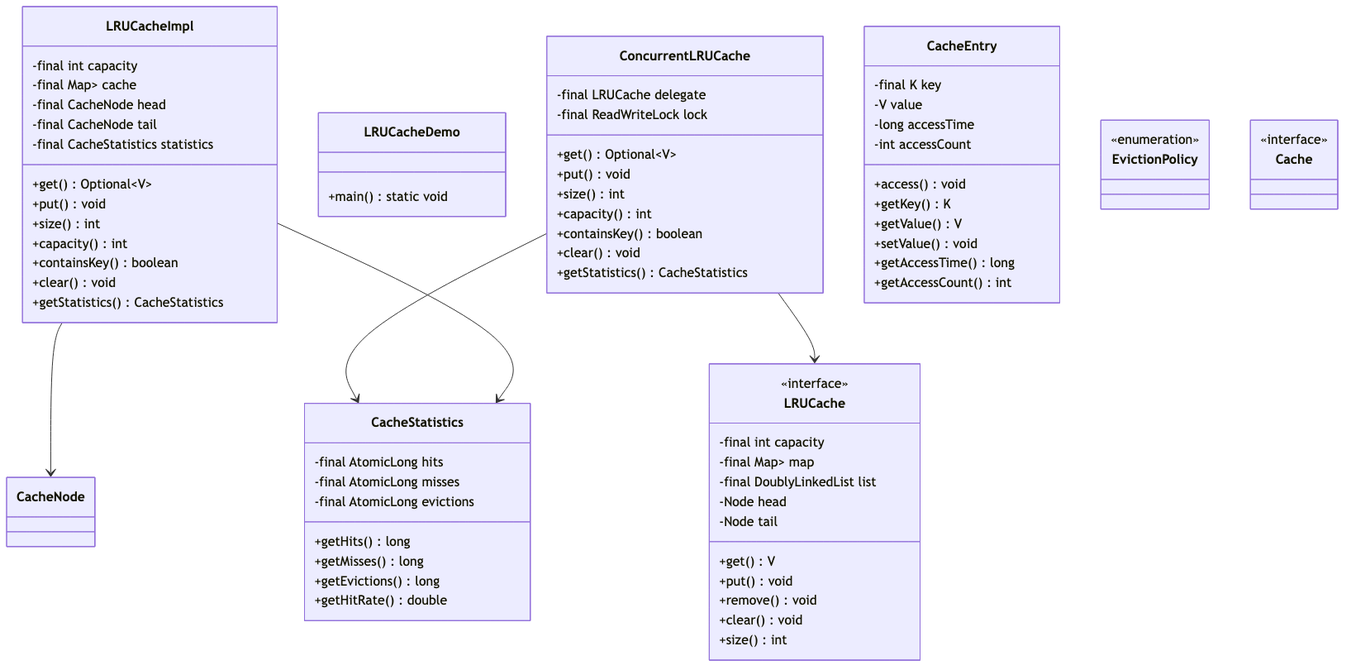
Before: docs/problems/lrucache/diagrams/class-diagram.png, a diagram exported from Mermaid (dlkr18/lld-playbook). Its source is kept beside it as docs/problems/lrucache/diagrams/class-diagram.mmd.
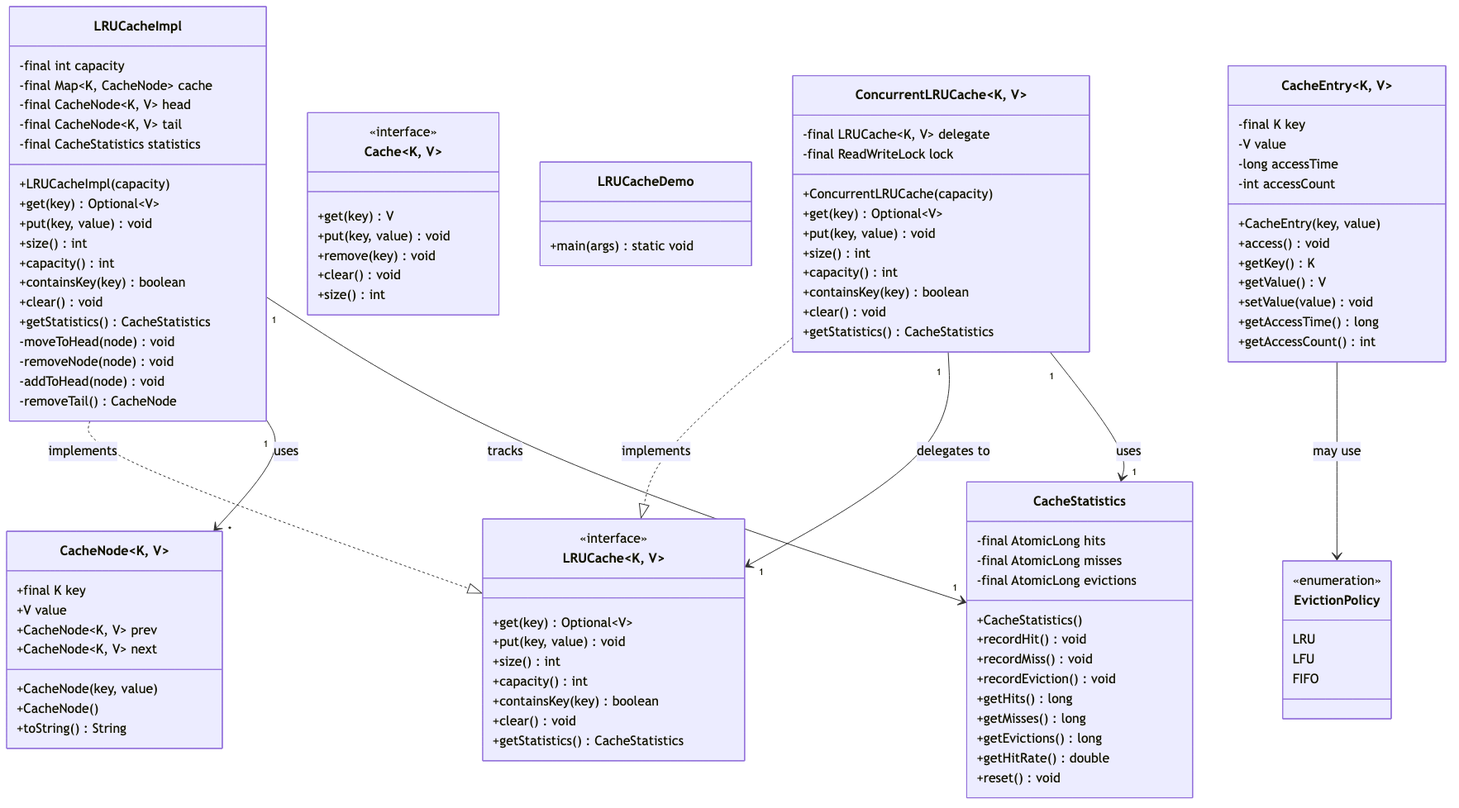
Later version of the same file.

Commit message:
fix: add proper class details to LRU Cache diagram

The edit, as a diff of the source:
```diff
@@ -2,84 +2,112 @@
 
     class LRUCacheImpl {
         -final int capacity
-        -final Map<K, CacheNode<K, V>> cache
-        -final CacheNode<K, V> head
-        -final CacheNode<K, V> tail
+        -final Map~K, CacheNode~ cache
+        -final CacheNode~K, V~ head
+        -final CacheNode~K, V~ tail
         -final CacheStatistics statistics
-        +get() Optional~V~
-        +put() void
+        +LRUCacheImpl(capacity)
+        +get(key) Optional~V~
+        +put(key, value) void
         +size() int
         +capacity() int
-        +containsKey() boolean
+        +containsKey(key) boolean
+        +clear() void
+        +getStatistics() CacheStatistics
+        -moveToHead(node) void
+        -removeNode(node) void
+        -addToHead(node) void
+        -removeTail() CacheNode
+    }
+
+    class CacheNode~K, V~ {
+        +final K key
+        +V value
+        +CacheNode~K, V~ prev
+        +CacheNode~K, V~ next
+        +CacheNode(key, value)
+        +CacheNode()
+        +toString() String
+    }
+
+    class LRUCache~K, V~ {
+        <<interface>>
+        +get(key) Optional~V~
+        +put(key, value) void
+        +size() int
+        +capacity() int
+        +containsKey(key) boolean
         +clear() void
         +getStatistics() CacheStatistics
     }
 
-    class CacheNode {
+    class Cache~K, V~ {
+        <<interface>>
+        +get(key) V
+        +put(key, value) void
+        +remove(key) void
+        +clear() void
+        +size() int
     }
 
-    class LRUCache
-    <<interface>> LRUCache
-
     class LRUCacheDemo {
-        +main() static void
+        +main(args) static void
     }
 
     class CacheStatistics {
         -final AtomicLong hits
         -final AtomicLong misses
         -final AtomicLong evictions
+        +CacheStatistics()
+        +recordHit() void
+        +recordMiss() void
+        +recordEviction() void
         +getHits() long
         +getMisses() long
         +getEvictions() long
         +getHitRate() double
+        +reset() void
     }
 
-    class ConcurrentLRUCache {
-        -final LRUCache<K, V> delegate
+    class ConcurrentLRUCache~K, V~ {
+        -final LRUCache~K, V~ delegate
         -final ReadWriteLock lock
-        +get() Optional~V~
-        +put() void
+        +ConcurrentLRUCache(capacity)
+        +get(key) Optional~V~
+        +put(key, value) void
         +size() int
         +capacity() int
-        +containsKey() boolean
+        +containsKey(key) boolean
         +clear() void
         +getStatistics() CacheStatistics
     }
 
-    class LRUCache {
-        -final int capacity
-        -final Map<K, Node<K, V>> map
-        -final DoublyLinkedList<K, V> list
-        -Node<K, V> head
-        -Node<K, V> tail
-        +get() V
-        +put() void
-        +remove() void
-        +clear() void
-        +size() int
-    }
-
-    class CacheEntry {
+    class CacheEntry~K, V~ {
         -final K key
         -V value
         -long accessTime
         -int accessCount
+        +CacheEntry(key, value)
         +access() void
         +getKey() K
         +getValue() V
-        +setValue() void
+        +setValue(value) void
         +getAccessTime() long
         +getAccessCount() int
     }
 
-    class EvictionPolicy
-    <<enumeration>> EvictionPolicy
+    class EvictionPolicy {
+        <<enumeration>>
+        LRU
+        LFU
+        FIFO
+    }
 
-    class Cache
-    <<interface>> Cache
+    LRUCacheImpl ..|> LRUCache : implements
+    ConcurrentLRUCache ..|> LRUCache : implements
 
-    ConcurrentLRUCache --> LRUCache
-    ConcurrentLRUCache --> CacheStatistics
-    LRUCacheImpl --> CacheNode
-    LRUCacheImpl --> CacheStatistics
+    LRUCacheImpl "1" --> "*" CacheNode : uses
+    LRUCacheImpl "1" --> "1" CacheStatistics : tracks
+    ConcurrentLRUCache "1" --> "1" LRUCache : delegates to
+    ConcurrentLRUCache "1" --> "1" CacheStatistics : uses
+    CacheEntry --> EvictionPolicy : may use
```
